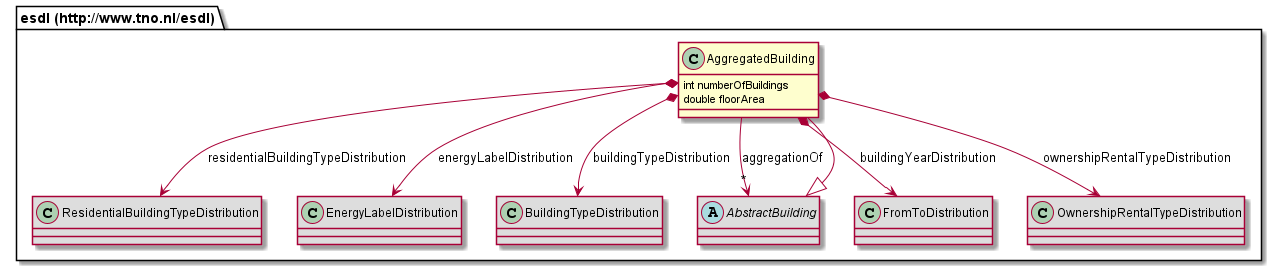
The PlantUML diagram 687474703a2f2f7777772e746e6f2e6e6c2f6573646c/AggregatedBuilding.png in EnergyTransition/energytransition.github.io, before a commit.
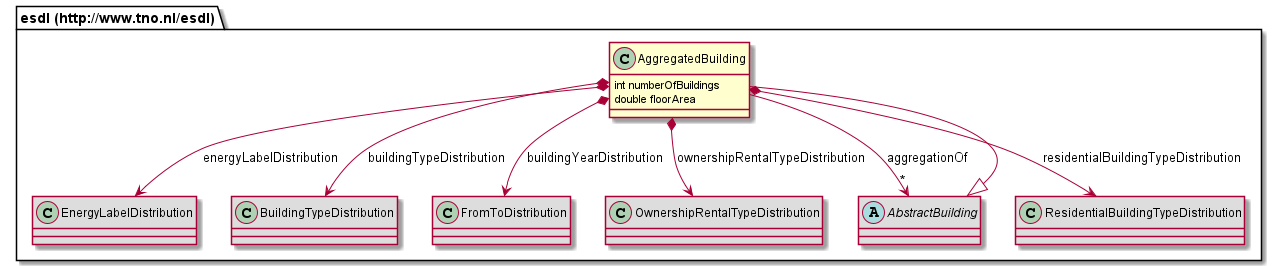
The same file after the commit.

Diff of the diagram source:
```diff
@@ -3,17 +3,17 @@
 	int numberOfBuildings
 	double floorArea
 }
-class "esdl (http://www.tno.nl/esdl).ResidentialBuildingTypeDistribution" [[#router/doc-content/687474703a2f2f7777772e746e6f2e6e6c2f6573646c/ResidentialBuildingTypeDistribution.html{Specifies the way the residential building type is distributed in this area (e.g. Vrijstaande Woning, Hoekwoning, Flatwoning), specifing the percentage of buildings per residential type.}]] #DDDDDD {
-}
 class "esdl (http://www.tno.nl/esdl).EnergyLabelDistribution" [[#router/doc-content/687474703a2f2f7777772e746e6f2e6e6c2f6573646c/EnergyLabelDistribution.html{Defines a distribution in terms of energy labels}]] #DDDDDD {
-}
-abstract class "esdl (http://www.tno.nl/esdl).AbstractBuilding" [[#router/doc-content/687474703a2f2f7777772e746e6f2e6e6c2f6573646c/AbstractBuilding.html{Describes the shared properties of building, building unit and aggregated building}]] #DDDDDD {
 }
 class "esdl (http://www.tno.nl/esdl).BuildingTypeDistribution" [[#router/doc-content/687474703a2f2f7777772e746e6f2e6e6c2f6573646c/BuildingTypeDistribution.html{Specifies the way the building type is distributed in this area (e.g. Utility, Residential), specifing the percentage of buildings per type.}]] #DDDDDD {
 }
 class "esdl (http://www.tno.nl/esdl).FromToDistribution" [[#router/doc-content/687474703a2f2f7777772e746e6f2e6e6c2f6573646c/FromToDistribution.html{Defines a distribution in terms of ‘from’ and ‘to’}]] #DDDDDD {
 }
 class "esdl (http://www.tno.nl/esdl).OwnershipRentalTypeDistribution" [[#router/doc-content/687474703a2f2f7777772e746e6f2e6e6c2f6573646c/OwnershipRentalTypeDistribution.html{Specifies the way the housing type is distributed in this area (e.g. Owner occupied, Housing Association, Private Rental), specifing the percentage of buildings per housing type.}]] #DDDDDD {
+}
+abstract class "esdl (http://www.tno.nl/esdl).AbstractBuilding" [[#router/doc-content/687474703a2f2f7777772e746e6f2e6e6c2f6573646c/AbstractBuilding.html{Describes the shared properties of building, building unit and aggregated building}]] #DDDDDD {
+}
+class "esdl (http://www.tno.nl/esdl).ResidentialBuildingTypeDistribution" [[#router/doc-content/687474703a2f2f7777772e746e6f2e6e6c2f6573646c/ResidentialBuildingTypeDistribution.html{Specifies the way the residential building type is distributed in this area (e.g. Vrijstaande Woning, Hoekwoning, Flatwoning), specifing the percentage of buildings per residential type.}]] #DDDDDD {
 }
 "esdl (http://www.tno.nl/esdl).AbstractBuilding" <|-- "esdl (http://www.tno.nl/esdl).AggregatedBuilding"
 "esdl (http://www.tno.nl/esdl).AggregatedBuilding" --> "*" "esdl (http://www.tno.nl/esdl).AbstractBuilding" : aggregationOf
```
